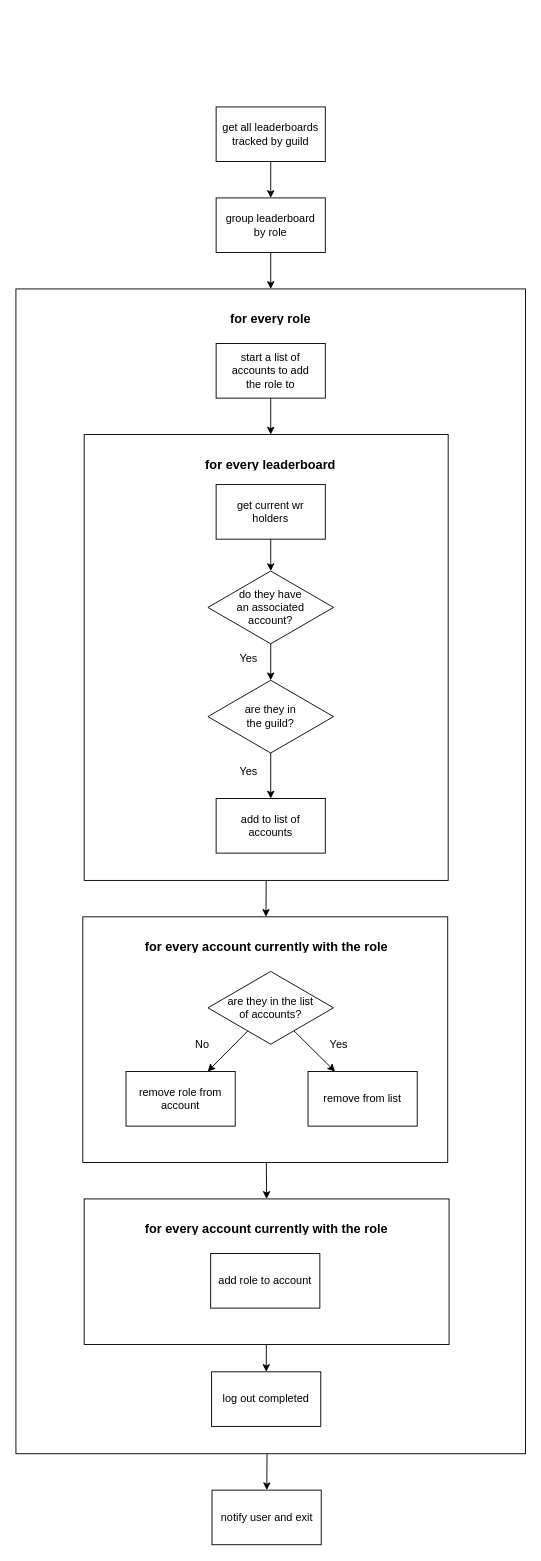
The draw.io diagram src/discord/commands/update.drawio in mitchell-merry/src-wrs-bot-v2, before the edit. Source tidied: cells renumbered, new cells numbered last; positions are measured from the earlier drawing's top-left corner, leaving out a move shared by most shapes. Both pictures are drawn from the tidied source at 91%, with x=0, y=0 at pixel (15, 106).
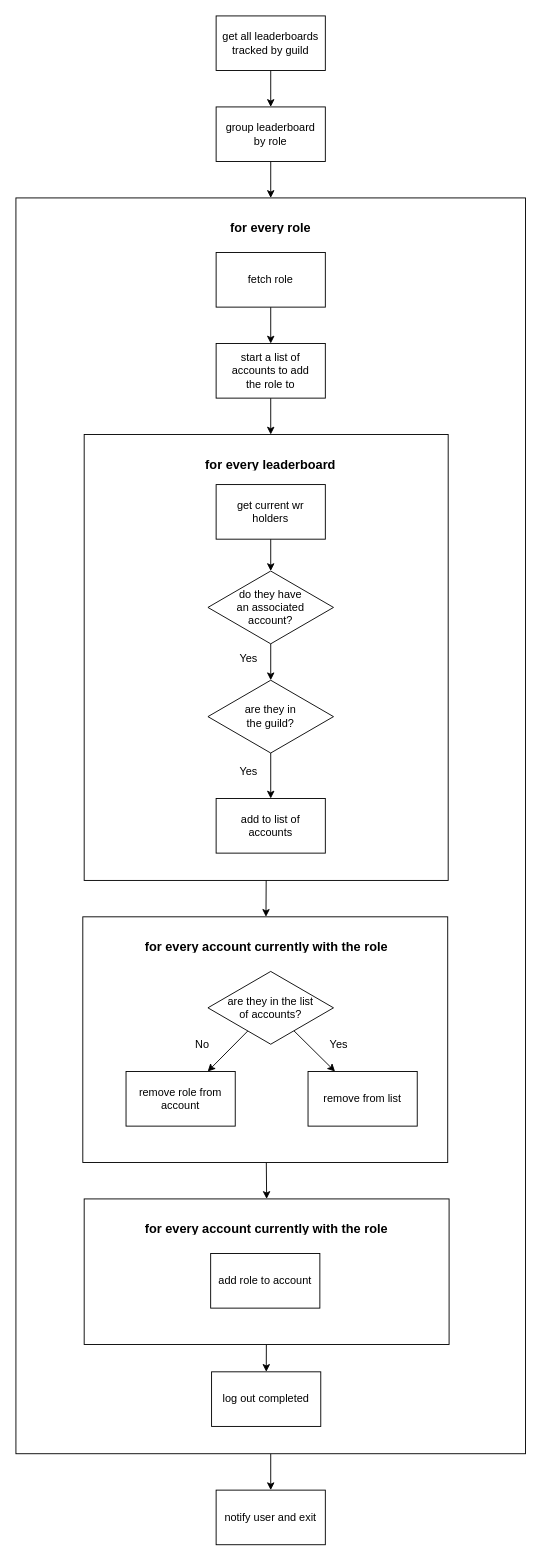
After the change.

Commit message:
Add fetch role step to flowchart

What changed in the source:
```diff
@@
-    <mxCell id="2" style="edgeStyle=none;html=1;fontSize=12;" parent="1" edge="1" source="3" target="38">
+    <mxCell id="2" style="edgeStyle=none;html=1;fontSize=12;exitX=0.5;exitY=1;exitDx=0;exitDy=0;entryX=0.5;entryY=0;entryDx=0;entryDy=0;" parent="1" edge="1" source="3" target="38">
       <mxGeometry relative="1" as="geometry" />
     </mxCell>
     <mxCell id="3" style="whiteSpace=wrap;html=1;rounded=0;" parent="1" vertex="1">
-      <mxGeometry y="200" width="560" height="1280" as="geometry" />
+      <mxGeometry y="100" width="560" height="1380" as="geometry" />
     </mxCell>
@@
     <mxCell id="6" value="get all leaderboards tracked by guild" style="rounded=0;whiteSpace=wrap;html=1;" parent="1" vertex="1">
-      <mxGeometry x="220" width="120" height="60" as="geometry" />
+      <mxGeometry x="220" y="-100" width="120" height="60" as="geometry" />
     </mxCell>
@@
     <mxCell id="9" value="&lt;h1&gt;&lt;font style=&quot;font-size: 14px&quot;&gt;for every role&lt;/font&gt;&lt;/h1&gt;" style="text;html=1;strokeColor=none;fillColor=none;spacing=5;spacingTop=-20;whiteSpace=wrap;overflow=hidden;rounded=0;align=center;" parent="1" vertex="1">
-      <mxGeometry x="200" y="210" width="160" height="30" as="geometry" />
+      <mxGeometry x="200" y="110" width="160" height="30" as="geometry" />
     </mxCell>
@@
     <mxCell id="13" value="group leaderboard&lt;br&gt;by role" style="whiteSpace=wrap;html=1;rounded=0;" parent="1" vertex="1">
-      <mxGeometry x="220" y="100" width="120" height="60" as="geometry" />
+      <mxGeometry x="220" width="120" height="60" as="geometry" />
     </mxCell>
@@
     <mxCell id="38" value="notify user and exit" style="whiteSpace=wrap;html=1;rounded=0;" parent="1" vertex="1">
-      <mxGeometry x="215.5" y="1520" width="120" height="60" as="geometry" />
+      <mxGeometry x="220" y="1520" width="120" height="60" as="geometry" />
     </mxCell>
+    <mxCell id="39" style="edgeStyle=none;html=1;fontSize=12;" parent="1" edge="1" source="40">
+      <mxGeometry relative="1" as="geometry">
+        <mxPoint x="280" y="260" as="targetPoint" />
+      </mxGeometry>
+    </mxCell>
+    <mxCell id="40" value="fetch role" style="rounded=0;whiteSpace=wrap;html=1;" parent="1" vertex="1">
+      <mxGeometry x="220" y="160" width="120" height="60" as="geometry" />
+    </mxCell>
```
